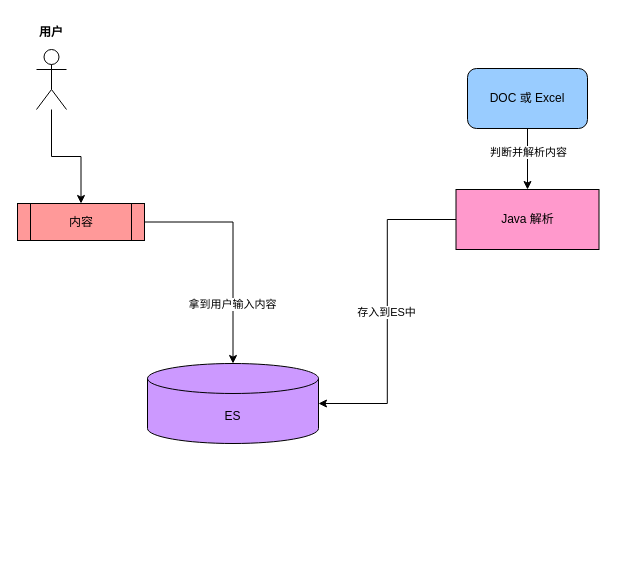
letengzz/Drawing keeps this draw.io diagram as page "第 6 页" (9 of 9) of elk.drawio. Above is the earlier version. Source tidied: cells renumbered, new cells numbered last; positions are measured from the earlier drawing's top-left corner, leaving out a move shared by most shapes. Both pictures are drawn from the tidied source at 100%, with x=0, y=0 at pixel (17, 17).
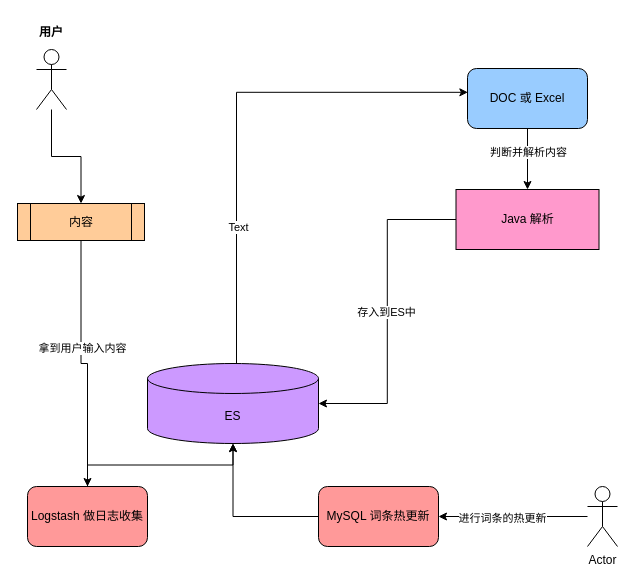
After the change.

Unchanged cells that the change refers to:
```xml
<mxCell id="4" value="DOC 或 Excel" style="rounded=1;whiteSpace=wrap;html=1;fillColor=#99CCFF;" parent="1" vertex="1">
  <mxGeometry x="450" y="51" width="120" height="60" as="geometry" />
</mxCell>
<mxCell id="10" value="ES" style="shape=cylinder3;whiteSpace=wrap;html=1;boundedLbl=1;backgroundOutline=1;size=15;fillColor=#CC99FF;" parent="1" vertex="1">
  <mxGeometry x="130" y="346" width="171" height="80" as="geometry" />
</mxCell>
```

What changed in the source:
```diff
@@
+    <mxCell id="15" style="edgeStyle=orthogonalEdgeStyle;rounded=0;jettySize=auto;html=1;exitX=0.5;exitY=1;exitDx=0;exitDy=0;entryX=0.5;entryY=0;entryDx=0;entryDy=0;" parent="1" edge="1" source="8" target="16">
+      <mxGeometry relative="1" as="geometry" />
+    </mxCell>
+    <mxCell id="12" value="拿到用户输入内容" style="edgeLabel;html=1;align=center;verticalAlign=middle;" parent="15" vertex="1">
+      <mxGeometry x="-0.15" y="1" relative="1" as="geometry" />
+    </mxCell>
-    <mxCell id="8" value="内容" style="shape=process;whiteSpace=wrap;html=1;backgroundOutline=1;fillColor=#FF9999;" parent="1" vertex="1">
+    <mxCell id="8" value="内容" style="shape=process;whiteSpace=wrap;html=1;backgroundOutline=1;fillColor=#FFCC99;" parent="1" vertex="1">
       <mxGeometry y="186" width="127" height="37" as="geometry" />
     </mxCell>
@@
-    <mxCell id="11" style="edgeStyle=orthogonalEdgeStyle;rounded=0;jettySize=auto;html=1;entryX=0.5;entryY=0;entryDx=0;entryDy=0;entryPerimeter=0;" parent="1" edge="1" source="8" target="10">
-      <mxGeometry relative="1" as="geometry" />
-    </mxCell>
-    <mxCell id="12" value="拿到用户输入内容" style="edgeLabel;html=1;align=center;verticalAlign=middle;" parent="11" vertex="1">
-      <mxGeometry x="0.48" y="-1" relative="1" as="geometry" />
-    </mxCell>
@@
+    <mxCell id="16" value="Logstash 做日志收集" style="rounded=1;whiteSpace=wrap;html=1;fillColor=#FF9999;" parent="1" vertex="1">
+      <mxGeometry x="10" y="469" width="120" height="60" as="geometry" />
+    </mxCell>
+    <mxCell id="17" value="MySQL 词条热更新" style="rounded=1;whiteSpace=wrap;html=1;fillColor=#FF9999;" parent="1" vertex="1">
+      <mxGeometry x="301" y="469" width="120" height="60" as="geometry" />
+    </mxCell>
+    <mxCell id="18" style="edgeStyle=orthogonalEdgeStyle;rounded=0;jettySize=auto;html=1;" parent="1" edge="1" source="20" target="17">
+      <mxGeometry relative="1" as="geometry" />
+    </mxCell>
+    <mxCell id="19" value="进行词条的热更新" style="edgeLabel;html=1;align=center;verticalAlign=middle;" parent="18" vertex="1">
+      <mxGeometry x="0.16" y="1" relative="1" as="geometry" />
+    </mxCell>
+    <mxCell id="20" value="Actor" style="shape=umlActor;verticalLabelPosition=bottom;verticalAlign=top;html=1;outlineConnect=0;" parent="1" vertex="1">
+      <mxGeometry x="570" y="469" width="30" height="60" as="geometry" />
+    </mxCell>
+    <mxCell id="21" style="edgeStyle=orthogonalEdgeStyle;rounded=0;jettySize=auto;html=1;entryX=0.5;entryY=1;entryDx=0;entryDy=0;entryPerimeter=0;" parent="1" edge="1" source="16" target="10">
+      <mxGeometry relative="1" as="geometry" />
+    </mxCell>
+    <mxCell id="22" style="edgeStyle=orthogonalEdgeStyle;rounded=0;jettySize=auto;html=1;exitX=0;exitY=0.5;exitDx=0;exitDy=0;entryX=0.5;entryY=1;entryDx=0;entryDy=0;entryPerimeter=0;" parent="1" edge="1" source="17" target="10">
+      <mxGeometry relative="1" as="geometry" />
+    </mxCell>
+    <mxCell id="23" style="edgeStyle=orthogonalEdgeStyle;rounded=0;jettySize=auto;html=1;entryX=0.003;entryY=0.397;entryDx=0;entryDy=0;entryPerimeter=0;" parent="1" edge="1" source="10" target="4">
+      <mxGeometry relative="1" as="geometry">
+        <Array as="points">
+          <mxPoint x="219" y="75" />
+        </Array>
+      </mxGeometry>
+    </mxCell>
+    <mxCell id="24" value="Text" style="edgeLabel;html=1;align=center;verticalAlign=middle;" parent="23" vertex="1">
+      <mxGeometry x="-0.46" y="-1" relative="1" as="geometry" />
+    </mxCell>
```
